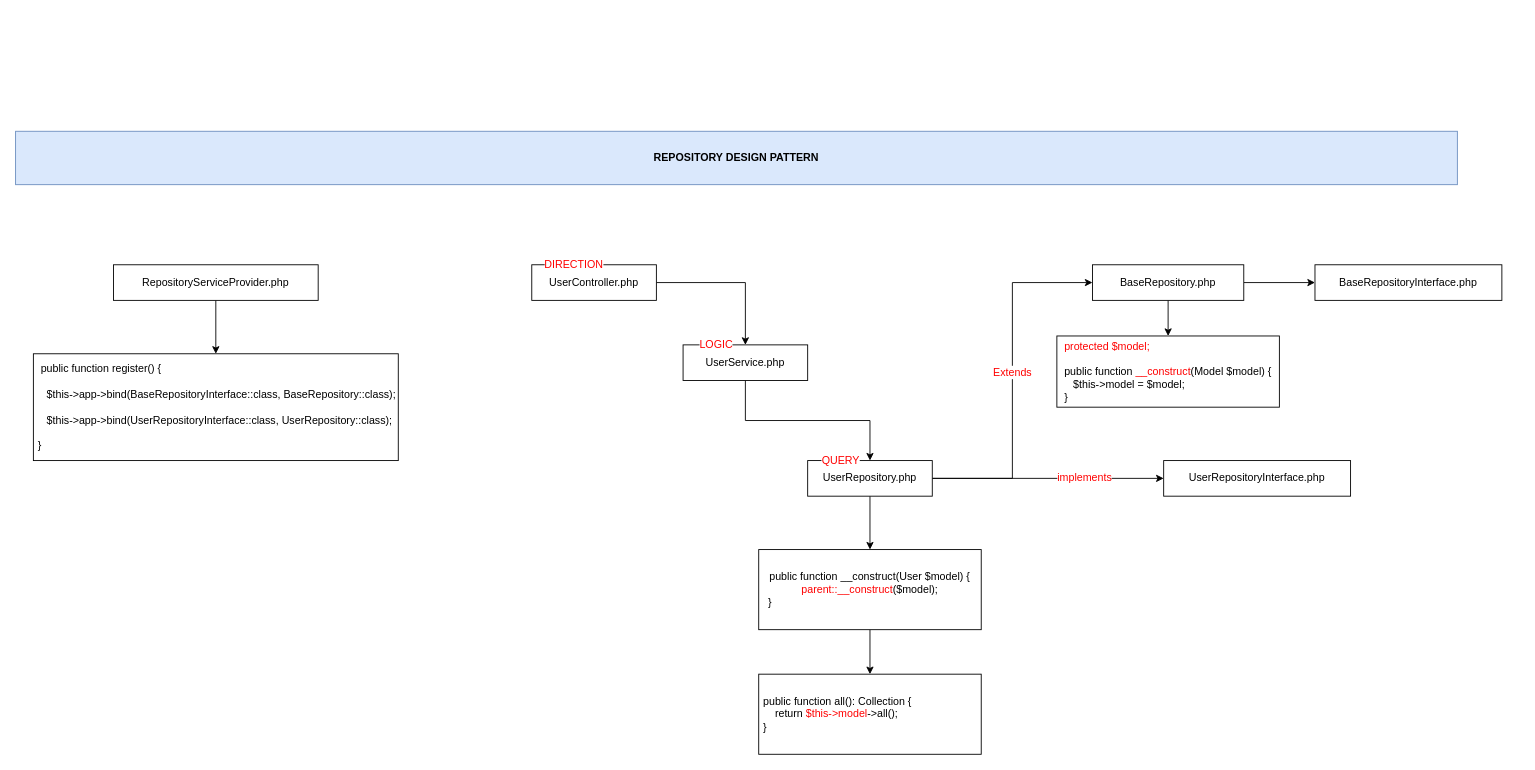
muratcakmaksoftware/LaravelCleanArchitectureStructure keeps this draw.io diagram as documents/LaravelCleanArchitectureStructure.drawio. Above is the earlier version. Source tidied: cells renumbered, new cells numbered last; positions are measured from the earlier drawing's top-left corner, leaving out a move shared by most shapes. Both pictures are drawn from the tidied source at 89%, with x=0, y=0 at pixel (15, 131).
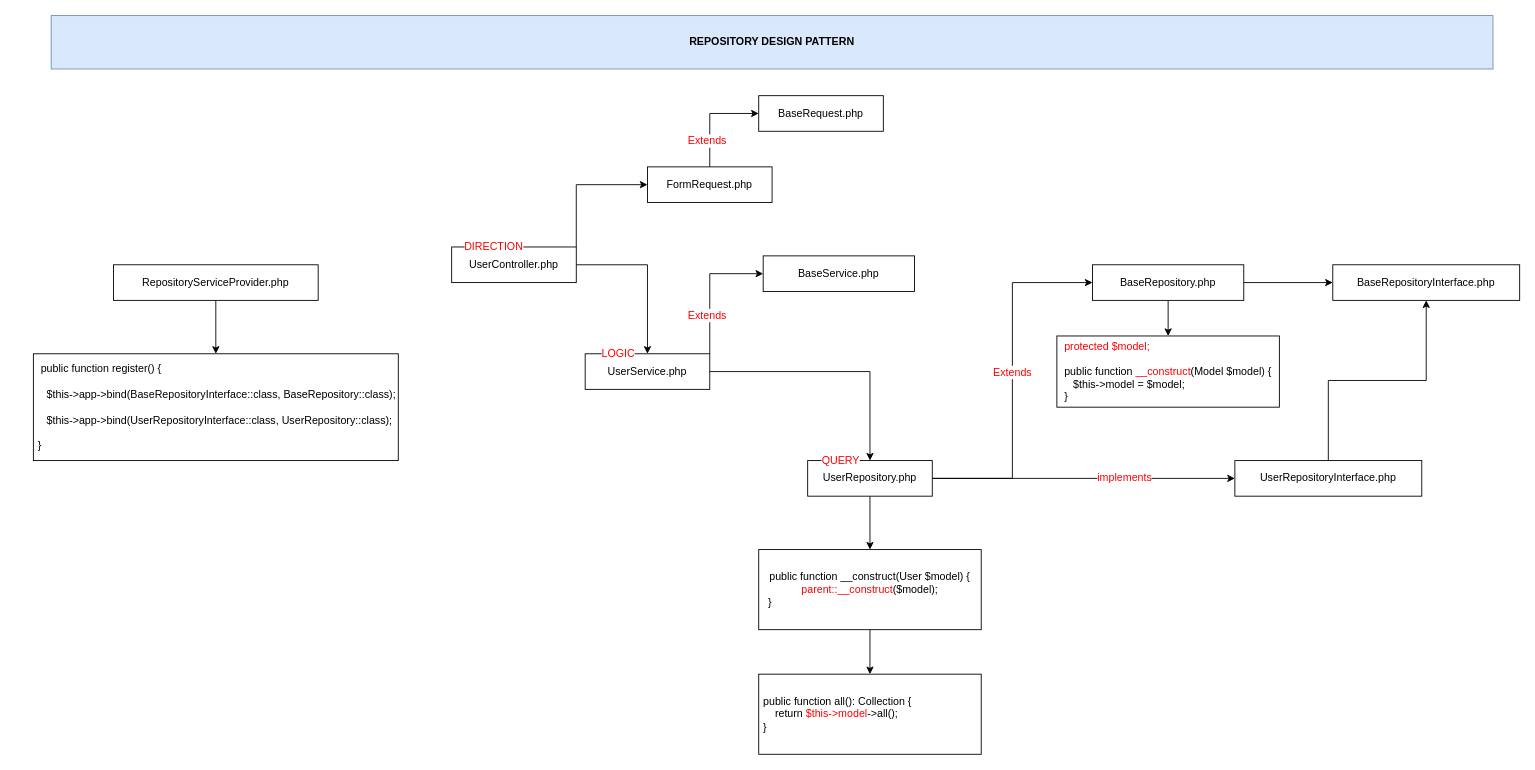
Above is the later version.

The change refers to these unchanged cells:
```xml
<mxCell id="4" value="BaseRepository.php" style="rounded=0;whiteSpace=wrap;html=1;" parent="1" vertex="1">
  <mxGeometry x="1210" y="150" width="170" height="40" as="geometry" />
</mxCell>
<mxCell id="17" value="RepositoryServiceProvider.php" style="rounded=0;whiteSpace=wrap;html=1;" parent="1" vertex="1">
  <mxGeometry x="110" y="150" width="230" height="40" as="geometry" />
</mxCell>
<mxCell id="19" value="&amp;nbsp; public function register() { &lt;br&gt;&lt;br&gt;&amp;nbsp; &amp;nbsp; $this-&amp;gt;app-&amp;gt;bind(BaseRepositoryInterface::class, BaseRepository::class); &lt;br&gt;&lt;br&gt;&amp;nbsp; &amp;nbsp; $this-&amp;gt;app-&amp;gt;bind(UserRepositoryInterface::class, UserRepository::class); &lt;br&gt;&lt;br&gt;&amp;nbsp;}" style="rounded=0;whiteSpace=wrap;html=1;align=left;" parent="1" vertex="1">
  <mxGeometry x="20" y="250" width="410" height="120" as="geometry" />
</mxCell>
```

Diff of the diagram source:
```diff
@@
-    <mxCell id="2" style="edgeStyle=orthogonalEdgeStyle;rounded=0;jettySize=auto;html=1;" parent="1" edge="1" source="4" target="11">
+    <mxCell id="2" style="edgeStyle=orthogonalEdgeStyle;rounded=0;jettySize=auto;html=1;entryX=0;entryY=0.5;entryDx=0;entryDy=0;" parent="1" edge="1" source="4" target="11">
       <mxGeometry relative="1" as="geometry" />
     </mxCell>
@@
     <mxCell id="11" value="BaseRepositoryInterface.php" style="rounded=0;whiteSpace=wrap;html=1;" parent="1" vertex="1">
-      <mxGeometry x="1460" y="150" width="210" height="40" as="geometry" />
+      <mxGeometry x="1480" y="150" width="210" height="40" as="geometry" />
     </mxCell>
+    <mxCell id="28" style="edgeStyle=orthogonalEdgeStyle;rounded=0;jettySize=auto;html=1;entryX=0.5;entryY=1;entryDx=0;entryDy=0;" parent="1" edge="1" source="12" target="11">
+      <mxGeometry relative="1" as="geometry" />
+    </mxCell>
     <mxCell id="12" value="UserRepositoryInterface.php" style="rounded=0;whiteSpace=wrap;html=1;" parent="1" vertex="1">
-      <mxGeometry x="1290" y="370" width="210" height="40" as="geometry" />
+      <mxGeometry x="1370" y="370" width="210" height="40" as="geometry" />
     </mxCell>
@@
-    <mxCell id="16" style="edgeStyle=orthogonalEdgeStyle;rounded=0;jettySize=auto;html=1;fontSize=12;fontColor=#FF0000;" parent="1" edge="1" source="17" target="19">
+    <mxCell id="16" style="edgeStyle=orthogonalEdgeStyle;rounded=0;jettySize=auto;html=1;fontSize=12;fontColor=#FF0000;entryX=0.5;entryY=0;entryDx=0;entryDy=0;" parent="1" edge="1" source="17" target="19">
       <mxGeometry relative="1" as="geometry" />
     </mxCell>
@@
     <mxCell id="18" value="&lt;b&gt;&lt;font style=&quot;font-size: 12px&quot;&gt;REPOSITORY DESIGN PATTERN&lt;/font&gt;&lt;/b&gt;" style="rounded=0;whiteSpace=wrap;html=1;labelBackgroundColor=none;fillColor=#dae8fc;strokeColor=#6c8ebf;" parent="1" vertex="1">
-      <mxGeometry width="1620" height="60" as="geometry" />
+      <mxGeometry x="40" y="-130" width="1620" height="60" as="geometry" />
     </mxCell>
@@
+    <mxCell id="29" style="edgeStyle=orthogonalEdgeStyle;rounded=0;jettySize=auto;html=1;entryX=0;entryY=0.5;entryDx=0;entryDy=0;" parent="1" edge="1" source="22" target="31">
+      <mxGeometry relative="1" as="geometry">
+        <Array as="points">
+          <mxPoint x="780" y="160" />
+        </Array>
+      </mxGeometry>
+    </mxCell>
     <mxCell id="22" value="UserService.php" style="rounded=0;whiteSpace=wrap;html=1;" parent="1" vertex="1">
-      <mxGeometry x="750" y="240" width="140" height="40" as="geometry" />
+      <mxGeometry x="640" y="250" width="140" height="40" as="geometry" />
     </mxCell>
@@
+    <mxCell id="30" style="edgeStyle=orthogonalEdgeStyle;rounded=0;jettySize=auto;html=1;entryX=0;entryY=0.5;entryDx=0;entryDy=0;" parent="1" edge="1" source="24" target="34">
+      <mxGeometry relative="1" as="geometry">
+        <Array as="points">
+          <mxPoint x="630" y="60" />
+        </Array>
+      </mxGeometry>
+    </mxCell>
     <mxCell id="24" value="UserController.php" style="rounded=0;whiteSpace=wrap;html=1;" parent="1" vertex="1">
-      <mxGeometry x="580" y="150" width="140" height="40" as="geometry" />
+      <mxGeometry x="490" y="130" width="140" height="40" as="geometry" />
     </mxCell>
-    <mxCell id="25" value="LOGIC" style="edgeLabel;html=1;align=center;verticalAlign=middle;fontSize=12;fontColor=#FF0000;" parent="1" vertex="1">
-      <mxGeometry x="970" y="250" as="geometry">
-        <mxPoint x="-184" y="-11" as="offset" />
-      </mxGeometry>
-    </mxCell>
@@
     <mxCell id="27" value="DIRECTION" style="edgeLabel;html=1;align=center;verticalAlign=middle;fontSize=12;fontColor=#FF0000;" parent="1" vertex="1">
-      <mxGeometry x="810" y="160" as="geometry">
+      <mxGeometry x="720" y="140" as="geometry">
         <mxPoint x="-184" y="-11" as="offset" />
       </mxGeometry>
     </mxCell>
+    <mxCell id="31" value="BaseService.php" style="rounded=0;whiteSpace=wrap;html=1;" parent="1" vertex="1">
+      <mxGeometry x="840" y="140" width="170" height="40" as="geometry" />
+    </mxCell>
+    <mxCell id="25" value="LOGIC" style="edgeLabel;html=1;align=center;verticalAlign=middle;fontSize=12;fontColor=#FF0000;" parent="1" vertex="1">
+      <mxGeometry x="860" y="260" as="geometry">
+        <mxPoint x="-184" y="-11" as="offset" />
+      </mxGeometry>
+    </mxCell>
+    <mxCell id="32" value="Extends" style="edgeLabel;html=1;align=center;verticalAlign=middle;fontSize=12;fontColor=#FF0000;" parent="1" vertex="1">
+      <mxGeometry x="1100" y="276" as="geometry">
+        <mxPoint x="-324" y="-70" as="offset" />
+      </mxGeometry>
+    </mxCell>
+    <mxCell id="33" style="edgeStyle=orthogonalEdgeStyle;rounded=0;jettySize=auto;html=1;entryX=0;entryY=0.5;entryDx=0;entryDy=0;" parent="1" edge="1" source="34" target="35">
+      <mxGeometry relative="1" as="geometry" />
+    </mxCell>
+    <mxCell id="34" value="FormRequest.php" style="rounded=0;whiteSpace=wrap;html=1;" parent="1" vertex="1">
+      <mxGeometry x="710" y="40" width="140" height="40" as="geometry" />
+    </mxCell>
+    <mxCell id="35" value="BaseRequest.php" style="rounded=0;whiteSpace=wrap;html=1;" parent="1" vertex="1">
+      <mxGeometry x="835" y="-40" width="140" height="40" as="geometry" />
+    </mxCell>
+    <mxCell id="36" value="Extends" style="edgeLabel;html=1;align=center;verticalAlign=middle;fontSize=12;fontColor=#FF0000;" parent="1" vertex="1">
+      <mxGeometry x="1100" y="80" as="geometry">
+        <mxPoint x="-324" y="-70" as="offset" />
+      </mxGeometry>
+    </mxCell>
```
